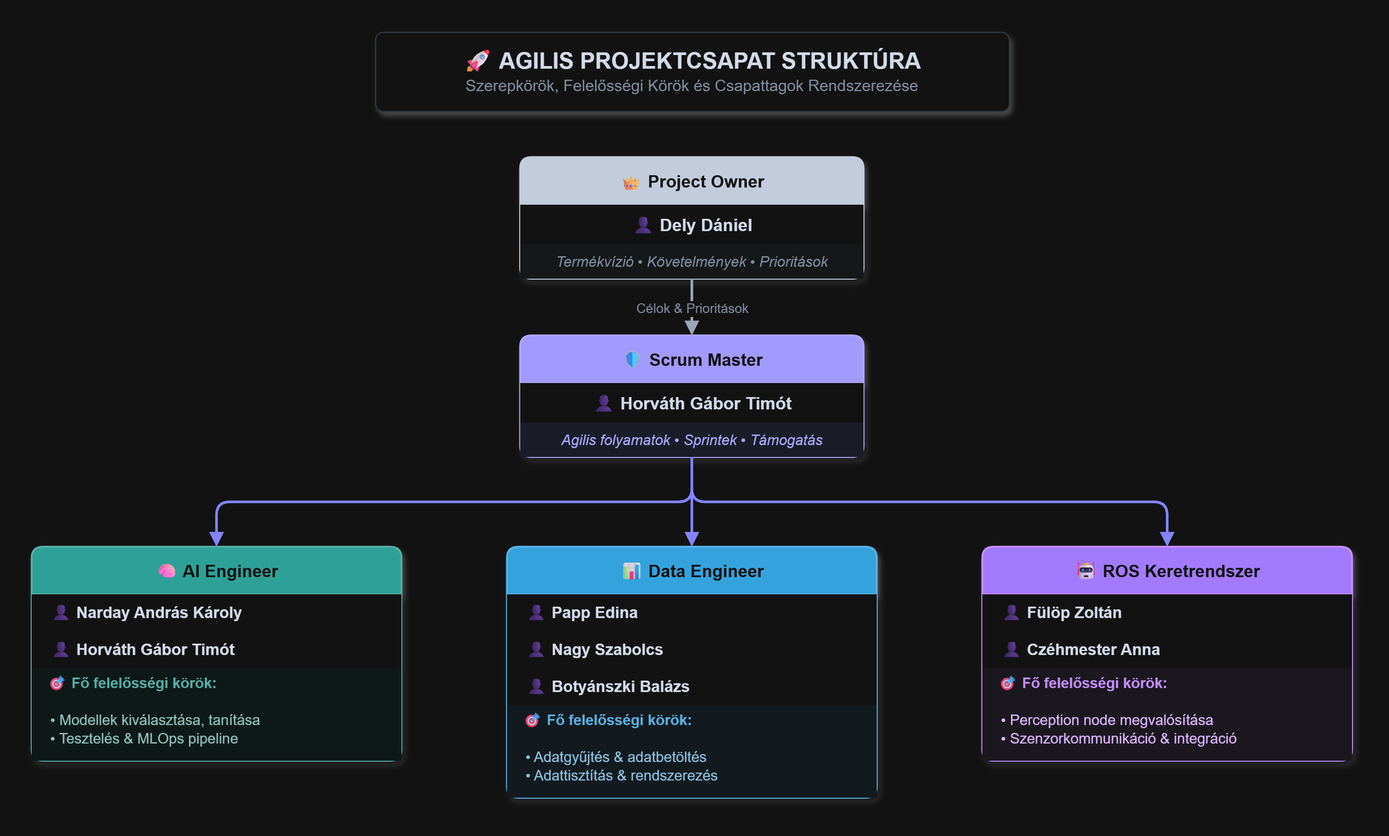
Above: doc/planning/csapat-felosztás.png in timoty-pirate-01/object_detection_for_aeb_team_B (draw.io), before the change. Source tidied: cells renumbered, new cells last; positions are measured from the earlier drawing's top-left corner, leaving out a move shared by most shapes.
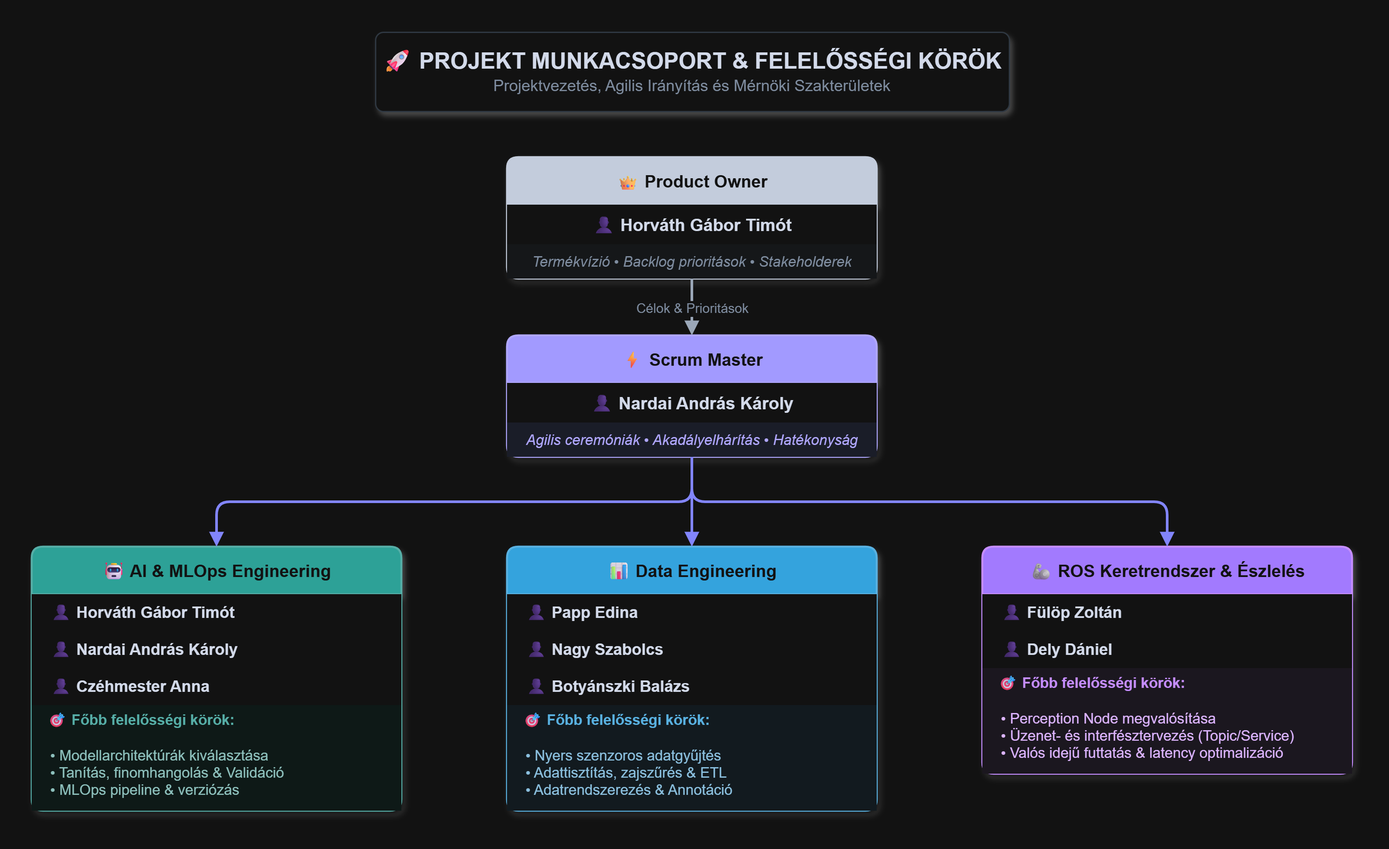
The same file after the commit.

Commit message:
Frissített csapat felosztás és workflow

What changed in the source:
```diff
@@ -2,86 +2,89 @@
   <root>
     <mxCell id="0" />
     <mxCell id="1" parent="0" />
-    <mxCell id="2" value="&lt;div style=&quot;padding: 4px;&quot;&gt;&lt;b style=&quot;font-size: 17px; color: #0F172A;&quot;&gt;🚀 AGILIS PROJEKTCSAPAT STRUKTÚRA&lt;/b&gt;&lt;br/&gt;&lt;span style=&quot;font-size: 12px; color: #64748B;&quot;&gt;Szerepkörök, Felelősségi Körök és Csapattagok Rendszerezése&lt;/span&gt;&lt;/div&gt;" style="rounded=1;whiteSpace=wrap;html=1;fillColor=#FFFFFF;strokeColor=#CBD5E1;shadow=1;arcSize=10;" parent="1" vertex="1">
-      <mxGeometry x="260" width="480" height="60" as="geometry" />
-    </mxCell>
-    <mxCell id="3" value="👑 Project Owner" style="swimlane;fontStyle=1;horizontal=1;startSize=36;whiteSpace=wrap;html=1;rounded=1;arcSize=8;shadow=1;strokeColor=#1E293B;fillColor=#1E293B;fontColor=#FFFFFF;fontSize=13;fontFamily=Helvetica;strokeWidth=1.5;" parent="1" vertex="1">
-      <mxGeometry x="370" y="95" width="260" height="92" as="geometry" />
-    </mxCell>
-    <mxCell id="4" value="👤 Dely Dániel" style="text;strokeColor=none;fillColor=#FFFFFF;align=center;verticalAlign=middle;spacingLeft=6;spacingRight=6;overflow=hidden;whiteSpace=wrap;html=1;fontStyle=1;fontColor=#0F172A;fontSize=13;" parent="3" vertex="1">
-      <mxGeometry y="36" width="260" height="30" as="geometry" />
-    </mxCell>
-    <mxCell id="5" value="Termékvízió • Követelmények • Prioritások" style="text;strokeColor=none;fillColor=#F8FAFC;align=center;verticalAlign=middle;spacingLeft=6;spacingRight=6;overflow=hidden;whiteSpace=wrap;html=1;fontStyle=2;fontColor=#64748B;fontSize=11;" parent="3" vertex="1">
-      <mxGeometry y="66" width="260" height="26" as="geometry" />
-    </mxCell>
-    <mxCell id="6" value="🛡️ Scrum Master" style="swimlane;fontStyle=1;horizontal=1;startSize=36;whiteSpace=wrap;html=1;rounded=1;arcSize=8;shadow=1;strokeColor=#4338CA;fillColor=#4F46E5;fontColor=#FFFFFF;fontSize=13;fontFamily=Helvetica;strokeWidth=1.5;" parent="1" vertex="1">
-      <mxGeometry x="370" y="230" width="260" height="92" as="geometry" />
-    </mxCell>
+    <mxCell id="29" value="&lt;div style=&quot;padding: 4px;&quot;&gt;&lt;b style=&quot;font-size: 17px; color: #0F172A;&quot;&gt;🚀 PROJEKT MUNKACSOPORT &amp;amp; FELELŐSSÉGI KÖRÖK&lt;/b&gt;&lt;br/&gt;&lt;span style=&quot;font-size: 12px; color: #64748B;&quot;&gt;Projektvezetés, Agilis Irányítás és Mérnöki Szakterületek&lt;/span&gt;&lt;/div&gt;" style="rounded=1;whiteSpace=wrap;html=1;fillColor=#FFFFFF;strokeColor=#CBD5E1;shadow=1;arcSize=10;" parent="1" vertex="1">
+      <mxGeometry x="450" y="80" width="480" height="60" as="geometry" />
+    </mxCell>
+    <mxCell id="30" value="👑 Product Owner" style="swimlane;fontStyle=1;horizontal=1;startSize=36;whiteSpace=wrap;html=1;rounded=1;arcSize=8;shadow=1;strokeColor=#1E293B;fillColor=#1E293B;fontColor=#FFFFFF;fontSize=13;fontFamily=Helvetica;strokeWidth=1.5;" parent="1" vertex="1">
+      <mxGeometry x="550" y="175" width="280" height="92" as="geometry" />
+    </mxCell>
-    <mxCell id="7" value="👤 Horváth Gábor Timót" style="text;strokeColor=none;fillColor=#FFFFFF;align=center;verticalAlign=middle;spacingLeft=6;spacingRight=6;overflow=hidden;whiteSpace=wrap;html=1;fontStyle=1;fontColor=#0F172A;fontSize=13;" parent="6" vertex="1">
-      <mxGeometry y="36" width="260" height="30" as="geometry" />
+    <mxCell id="7" value="👤 Horváth Gábor Timót" style="text;strokeColor=none;fillColor=#FFFFFF;align=center;verticalAlign=middle;spacingLeft=6;spacingRight=6;overflow=hidden;whiteSpace=wrap;html=1;fontStyle=1;fontColor=#0F172A;fontSize=13;" parent="30" vertex="1">
+      <mxGeometry y="36" width="280" height="30" as="geometry" />
     </mxCell>
-    <mxCell id="8" value="Agilis folyamatok • Sprintek • Támogatás" style="text;strokeColor=none;fillColor=#EEF2FF;align=center;verticalAlign=middle;spacingLeft=6;spacingRight=6;overflow=hidden;whiteSpace=wrap;html=1;fontStyle=2;fontColor=#4338CA;fontSize=11;" parent="6" vertex="1">
-      <mxGeometry y="66" width="260" height="26" as="geometry" />
-    </mxCell>
+    <mxCell id="31" value="Termékvízió • Backlog prioritások • Stakeholderek" style="text;strokeColor=none;fillColor=#F8FAFC;align=center;verticalAlign=middle;spacingLeft=6;spacingRight=6;overflow=hidden;whiteSpace=wrap;html=1;fontStyle=2;fontColor=#64748B;fontSize=11;" parent="30" vertex="1">
+      <mxGeometry y="66" width="280" height="26" as="geometry" />
+    </mxCell>
+    <mxCell id="32" value="⚡ Scrum Master" style="swimlane;fontStyle=1;horizontal=1;startSize=36;whiteSpace=wrap;html=1;rounded=1;arcSize=8;shadow=1;strokeColor=#4338CA;fillColor=#4F46E5;fontColor=#FFFFFF;fontSize=13;fontFamily=Helvetica;strokeWidth=1.5;" parent="1" vertex="1">
+      <mxGeometry x="550" y="310" width="280" height="92" as="geometry" />
+    </mxCell>
+    <mxCell id="33" value="👤 Nardai András Károly" style="text;strokeColor=none;fillColor=#FFFFFF;align=center;verticalAlign=middle;spacingLeft=6;spacingRight=6;overflow=hidden;whiteSpace=wrap;html=1;fontStyle=1;fontColor=#0F172A;fontSize=13;" parent="32" vertex="1">
+      <mxGeometry y="36" width="280" height="30" as="geometry" />
+    </mxCell>
+    <mxCell id="34" value="Agilis ceremóniák • Akadályelhárítás • Hatékonyság" style="text;strokeColor=none;fillColor=#EEF2FF;align=center;verticalAlign=middle;spacingLeft=6;spacingRight=6;overflow=hidden;whiteSpace=wrap;html=1;fontStyle=2;fontColor=#4338CA;fontSize=11;" parent="32" vertex="1">
+      <mxGeometry y="66" width="280" height="26" as="geometry" />
+    </mxCell>
-    <mxCell id="9" value="Célok &amp; Prioritások" style="edgeStyle=orthogonalEdgeStyle;rounded=1;jettySize=auto;html=1;strokeColor=#475569;strokeWidth=2;endArrow=block;endFill=1;endSize=6;fontSize=10;fontColor=#64748B;" parent="1" edge="1" source="3" target="6">
+    <mxCell id="9" value="Célok &amp;amp; Prioritások" style="edgeStyle=orthogonalEdgeStyle;rounded=1;jettySize=auto;html=1;strokeColor=#475569;strokeWidth=2;endArrow=block;endFill=1;endSize=6;fontSize=10;fontColor=#64748B;" parent="1" edge="1" source="30" target="32">
       <mxGeometry relative="1" as="geometry" />
     </mxCell>
-    <mxCell id="10" value="🧠 AI Engineer" style="swimlane;fontStyle=1;horizontal=1;startSize=36;whiteSpace=wrap;html=1;rounded=1;arcSize=8;shadow=1;strokeColor=#0F766E;fillColor=#0D9488;fontColor=#FFFFFF;fontSize=13;fontFamily=Helvetica;strokeWidth=1.5;" parent="1" vertex="1">
-      <mxGeometry y="390" width="280" height="162" as="geometry" />
-    </mxCell>
-    <mxCell id="11" value="👤 Narday András Károly" style="text;strokeColor=none;fillColor=#FFFFFF;align=left;verticalAlign=middle;spacingLeft=12;spacingRight=6;overflow=hidden;whiteSpace=wrap;html=1;fontStyle=1;fontColor=#0F172A;fontSize=12;" parent="10" vertex="1">
-      <mxGeometry y="36" width="280" height="28" as="geometry" />
-    </mxCell>
+    <mxCell id="35" value="🤖 AI &amp;amp; MLOps Engineering" style="swimlane;fontStyle=1;horizontal=1;startSize=36;whiteSpace=wrap;html=1;rounded=1;arcSize=8;shadow=1;strokeColor=#0F766E;fillColor=#0D9488;fontColor=#FFFFFF;fontSize=13;fontFamily=Helvetica;strokeWidth=1.5;" parent="1" vertex="1">
+      <mxGeometry x="190" y="470" width="280" height="200" as="geometry" />
+    </mxCell>
-    <mxCell id="12" value="👤 Horváth Gábor Timót" style="text;strokeColor=none;fillColor=#FFFFFF;align=left;verticalAlign=middle;spacingLeft=12;spacingRight=6;overflow=hidden;whiteSpace=wrap;html=1;fontStyle=1;fontColor=#0F172A;fontSize=12;" parent="10" vertex="1">
-      <mxGeometry y="64" width="280" height="28" as="geometry" />
+    <mxCell id="12" value="👤 Horváth Gábor Timót" style="text;strokeColor=none;fillColor=#FFFFFF;align=left;verticalAlign=middle;spacingLeft=12;spacingRight=6;overflow=hidden;whiteSpace=wrap;html=1;fontStyle=1;fontColor=#0F172A;fontSize=12;" parent="35" vertex="1">
+      <mxGeometry y="36" width="280" height="28" as="geometry" />
     </mxCell>
-    <mxCell id="13" value="🎯 Fő felelősségi körök:" style="text;strokeColor=none;fillColor=#F0FDFA;align=left;verticalAlign=middle;spacingLeft=10;spacingRight=6;overflow=hidden;whiteSpace=wrap;html=1;fontStyle=1;fontColor=#0F766E;fontSize=11;" parent="10" vertex="1">
-      <mxGeometry y="92" width="280" height="22" as="geometry" />
-    </mxCell>
-    <mxCell id="14" value="• Modellek kiválasztása, tanítása&lt;br/&gt;• Tesztelés &amp; MLOps pipeline" style="text;strokeColor=none;fillColor=#F0FDFA;align=left;verticalAlign=middle;spacingLeft=12;spacingRight=6;overflow=hidden;whiteSpace=wrap;html=1;fontColor=#134E4A;fontSize=11;" parent="10" vertex="1">
-      <mxGeometry y="114" width="280" height="48" as="geometry" />
-    </mxCell>
-    <mxCell id="15" value="📊 Data Engineer" style="swimlane;fontStyle=1;horizontal=1;startSize=36;whiteSpace=wrap;html=1;rounded=1;arcSize=8;shadow=1;strokeColor=#0369A1;fillColor=#0284C7;fontColor=#FFFFFF;fontSize=13;fontFamily=Helvetica;strokeWidth=1.5;" parent="1" vertex="1">
-      <mxGeometry x="360" y="390" width="280" height="190" as="geometry" />
-    </mxCell>
+    <mxCell id="36" value="👤 Nardai András Károly" style="text;strokeColor=none;fillColor=#FFFFFF;align=left;verticalAlign=middle;spacingLeft=12;spacingRight=6;overflow=hidden;whiteSpace=wrap;html=1;fontStyle=1;fontColor=#0F172A;fontSize=12;" parent="35" vertex="1">
+      <mxGeometry y="64" width="280" height="28" as="geometry" />
+    </mxCell>
+    <mxCell id="23" value="👤 Czéhmester Anna" style="text;strokeColor=none;fillColor=#FFFFFF;align=left;verticalAlign=middle;spacingLeft=12;spacingRight=6;overflow=hidden;whiteSpace=wrap;html=1;fontStyle=1;fontColor=#0F172A;fontSize=12;" parent="35" vertex="1">
+      <mxGeometry y="92" width="280" height="28" as="geometry" />
+    </mxCell>
+    <mxCell id="37" value="🎯 Főbb felelősségi körök:" style="text;strokeColor=none;fillColor=#F0FDFA;align=left;verticalAlign=middle;spacingLeft=10;spacingRight=6;overflow=hidden;whiteSpace=wrap;html=1;fontStyle=1;fontColor=#0F766E;fontSize=11;" parent="35" vertex="1">
+      <mxGeometry y="120" width="280" height="22" as="geometry" />
+    </mxCell>
+    <mxCell id="38" value="• Modellarchitektúrák kiválasztása&lt;br/&gt;• Tanítás, finomhangolás &amp;amp; Validáció&lt;br/&gt;• MLOps pipeline &amp;amp; verziózás" style="text;strokeColor=none;fillColor=#F0FDFA;align=left;verticalAlign=middle;spacingLeft=12;spacingRight=6;overflow=hidden;whiteSpace=wrap;html=1;fontColor=#134E4A;fontSize=11;" parent="35" vertex="1">
+      <mxGeometry y="142" width="280" height="58" as="geometry" />
+    </mxCell>
+    <mxCell id="39" value="📊 Data Engineering" style="swimlane;fontStyle=1;horizontal=1;startSize=36;whiteSpace=wrap;html=1;rounded=1;arcSize=8;shadow=1;strokeColor=#0369A1;fillColor=#0284C7;fontColor=#FFFFFF;fontSize=13;fontFamily=Helvetica;strokeWidth=1.5;" parent="1" vertex="1">
+      <mxGeometry x="550" y="470" width="280" height="200" as="geometry" />
+    </mxCell>
-    <mxCell id="16" value="👤 Papp Edina" style="text;strokeColor=none;fillColor=#FFFFFF;align=left;verticalAlign=middle;spacingLeft=12;spacingRight=6;overflow=hidden;whiteSpace=wrap;html=1;fontStyle=1;fontColor=#0F172A;fontSize=12;" parent="15" vertex="1">
+    <mxCell id="16" value="👤 Papp Edina" style="text;strokeColor=none;fillColor=#FFFFFF;align=left;verticalAlign=middle;spacingLeft=12;spacingRight=6;overflow=hidden;whiteSpace=wrap;html=1;fontStyle=1;fontColor=#0F172A;fontSize=12;" parent="39" vertex="1">
       <mxGeometry y="36" width="280" height="28" as="geometry" />
     </mxCell>
-    <mxCell id="17" value="👤 Nagy Szabolcs" style="text;strokeColor=none;fillColor=#FFFFFF;align=left;verticalAlign=middle;spacingLeft=12;spacingRight=6;overflow=hidden;whiteSpace=wrap;html=1;fontStyle=1;fontColor=#0F172A;fontSize=12;" parent="15" vertex="1">
+    <mxCell id="17" value="👤 Nagy Szabolcs" style="text;strokeColor=none;fillColor=#FFFFFF;align=left;verticalAlign=middle;spacingLeft=12;spacingRight=6;overflow=hidden;whiteSpace=wrap;html=1;fontStyle=1;fontColor=#0F172A;fontSize=12;" parent="39" vertex="1">
       <mxGeometry y="64" width="280" height="28" as="geometry" />
     </mxCell>
-    <mxCell id="18" value="👤 Botyánszki Balázs" style="text;strokeColor=none;fillColor=#FFFFFF;align=left;verticalAlign=middle;spacingLeft=12;spacingRight=6;overflow=hidden;whiteSpace=wrap;html=1;fontStyle=1;fontColor=#0F172A;fontSize=12;" parent="15" vertex="1">
+    <mxCell id="18" value="👤 Botyánszki Balázs" style="text;strokeColor=none;fillColor=#FFFFFF;align=left;verticalAlign=middle;spacingLeft=12;spacingRight=6;overflow=hidden;whiteSpace=wrap;html=1;fontStyle=1;fontColor=#0F172A;fontSize=12;" parent="39" vertex="1">
       <mxGeometry y="92" width="280" height="28" as="geometry" />
     </mxCell>
-    <mxCell id="19" value="🎯 Fő felelősségi körök:" style="text;strokeColor=none;fillColor=#F0F9FF;align=left;verticalAlign=middle;spacingLeft=10;spacingRight=6;overflow=hidden;whiteSpace=wrap;html=1;fontStyle=1;fontColor=#0369A1;fontSize=11;" parent="15" vertex="1">
-      <mxGeometry y="120" width="280" height="22" as="geometry" />
-    </mxCell>
-    <mxCell id="20" value="• Adatgyűjtés &amp; adatbetöltés&lt;br/&gt;• Adattisztítás &amp; rendszerezés" style="text;strokeColor=none;fillColor=#F0F9FF;align=left;verticalAlign=middle;spacingLeft=12;spacingRight=6;overflow=hidden;whiteSpace=wrap;html=1;fontColor=#0C4A6E;fontSize=11;" parent="15" vertex="1">
-      <mxGeometry y="142" width="280" height="48" as="geometry" />
-    </mxCell>
-    <mxCell id="21" value="🤖 ROS Keretrendszer" style="swimlane;fontStyle=1;horizontal=1;startSize=36;whiteSpace=wrap;html=1;rounded=1;arcSize=8;shadow=1;strokeColor=#7C3AED;fillColor=#8B5CF6;fontColor=#FFFFFF;fontSize=13;fontFamily=Helvetica;strokeWidth=1.5;" parent="1" vertex="1">
-      <mxGeometry x="720" y="390" width="280" height="162" as="geometry" />
-    </mxCell>
+    <mxCell id="40" value="🎯 Főbb felelősségi körök:" style="text;strokeColor=none;fillColor=#F0F9FF;align=left;verticalAlign=middle;spacingLeft=10;spacingRight=6;overflow=hidden;whiteSpace=wrap;html=1;fontStyle=1;fontColor=#0369A1;fontSize=11;" parent="39" vertex="1">
+      <mxGeometry y="120" width="280" height="22" as="geometry" />
+    </mxCell>
+    <mxCell id="41" value="• Nyers szenzoros adatgyűjtés&lt;br/&gt;• Adattisztítás, zajszűrés &amp;amp; ETL&lt;br/&gt;• Adatrendszerezés &amp;amp; Annotáció" style="text;strokeColor=none;fillColor=#F0F9FF;align=left;verticalAlign=middle;spacingLeft=12;spacingRight=6;overflow=hidden;whiteSpace=wrap;html=1;fontColor=#0C4A6E;fontSize=11;" parent="39" vertex="1">
+      <mxGeometry y="142" width="280" height="58" as="geometry" />
+    </mxCell>
+    <mxCell id="42" value="🦾 ROS Keretrendszer &amp;amp; Észlelés" style="swimlane;fontStyle=1;horizontal=1;startSize=36;whiteSpace=wrap;html=1;rounded=1;arcSize=8;shadow=1;strokeColor=#7C3AED;fillColor=#8B5CF6;fontColor=#FFFFFF;fontSize=13;fontFamily=Helvetica;strokeWidth=1.5;" parent="1" vertex="1">
+      <mxGeometry x="910" y="470" width="280" height="172" as="geometry" />
+    </mxCell>
-    <mxCell id="22" value="👤 Fülöp Zoltán" style="text;strokeColor=none;fillColor=#FFFFFF;align=left;verticalAlign=middle;spacingLeft=12;spacingRight=6;overflow=hidden;whiteSpace=wrap;html=1;fontStyle=1;fontColor=#0F172A;fontSize=12;" parent="21" vertex="1">
+    <mxCell id="22" value="👤 Fülöp Zoltán" style="text;strokeColor=none;fillColor=#FFFFFF;align=left;verticalAlign=middle;spacingLeft=12;spacingRight=6;overflow=hidden;whiteSpace=wrap;html=1;fontStyle=1;fontColor=#0F172A;fontSize=12;" parent="42" vertex="1">
       <mxGeometry y="36" width="280" height="28" as="geometry" />
     </mxCell>
-    <mxCell id="23" value="👤 Czéhmester Anna" style="text;strokeColor=none;fillColor=#FFFFFF;align=left;verticalAlign=middle;spacingLeft=12;spacingRight=6;overflow=hidden;whiteSpace=wrap;html=1;fontStyle=1;fontColor=#0F172A;fontSize=12;" parent="21" vertex="1">
-      <mxGeometry y="64" width="280" height="28" as="geometry" />
-    </mxCell>
-    <mxCell id="24" value="🎯 Fő felelősségi körök:" style="text;strokeColor=none;fillColor=#FAF5FF;align=left;verticalAlign=middle;spacingLeft=10;spacingRight=6;overflow=hidden;whiteSpace=wrap;html=1;fontStyle=1;fontColor=#7C3AED;fontSize=11;" parent="21" vertex="1">
-      <mxGeometry y="92" width="280" height="22" as="geometry" />
-    </mxCell>
-    <mxCell id="25" value="• Perception node megvalósítása&lt;br/&gt;• Szenzorkommunikáció &amp; integráció" style="text;strokeColor=none;fillColor=#FAF5FF;align=left;verticalAlign=middle;spacingLeft=12;spacingRight=6;overflow=hidden;whiteSpace=wrap;html=1;fontColor=#4C1D95;fontSize=11;" parent="21" vertex="1">
-      <mxGeometry y="114" width="280" height="48" as="geometry" />
-    </mxCell>
-    <mxCell id="26" style="edgeStyle=orthogonalEdgeStyle;rounded=1;jettySize=auto;html=1;exitX=0.5;exitY=1;exitDx=0;exitDy=0;entryX=0.5;entryY=0;entryDx=0;entryDy=0;strokeColor=#6366F1;strokeWidth=2;endArrow=block;endFill=1;endSize=6;" parent="1" edge="1" source="6" target="10">
-      <mxGeometry relative="1" as="geometry" />
-    </mxCell>
-    <mxCell id="27" style="edgeStyle=orthogonalEdgeStyle;rounded=1;jettySize=auto;html=1;exitX=0.5;exitY=1;exitDx=0;exitDy=0;entryX=0.5;entryY=0;entryDx=0;entryDy=0;strokeColor=#6366F1;strokeWidth=2;endArrow=block;endFill=1;endSize=6;" parent="1" edge="1" source="6" target="15">
-      <mxGeometry relative="1" as="geometry" />
-    </mxCell>
-    <mxCell id="28" style="edgeStyle=orthogonalEdgeStyle;rounded=1;jettySize=auto;html=1;exitX=0.5;exitY=1;exitDx=0;exitDy=0;entryX=0.5;entryY=0;entryDx=0;entryDy=0;strokeColor=#6366F1;strokeWidth=2;endArrow=block;endFill=1;endSize=6;" parent="1" edge="1" source="6" target="21">
-      <mxGeometry relative="1" as="geometry" />
-    </mxCell>
+    <mxCell id="4" value="👤 Dely Dániel" style="text;strokeColor=none;fillColor=#FFFFFF;align=left;verticalAlign=middle;spacingLeft=12;spacingRight=6;overflow=hidden;whiteSpace=wrap;html=1;fontStyle=1;fontColor=#0F172A;fontSize=12;" parent="42" vertex="1">
+      <mxGeometry y="64" width="280" height="28" as="geometry" />
+    </mxCell>
+    <mxCell id="43" value="🎯 Főbb felelősségi körök:" style="text;strokeColor=none;fillColor=#FAF5FF;align=left;verticalAlign=middle;spacingLeft=10;spacingRight=6;overflow=hidden;whiteSpace=wrap;html=1;fontStyle=1;fontColor=#7C3AED;fontSize=11;" parent="42" vertex="1">
+      <mxGeometry y="92" width="280" height="22" as="geometry" />
+    </mxCell>
+    <mxCell id="44" value="• Perception Node megvalósítása&lt;br/&gt;• Üzenet- és interfésztervezés (Topic/Service)&lt;br/&gt;• Valós idejű futtatás &amp;amp; latency optimalizáció" style="text;strokeColor=none;fillColor=#FAF5FF;align=left;verticalAlign=middle;spacingLeft=12;spacingRight=6;overflow=hidden;whiteSpace=wrap;html=1;fontColor=#4C1D95;fontSize=11;" parent="42" vertex="1">
+      <mxGeometry y="114" width="280" height="58" as="geometry" />
+    </mxCell>
+    <mxCell id="45" style="edgeStyle=orthogonalEdgeStyle;rounded=1;jettySize=auto;html=1;exitX=0.5;exitY=1;exitDx=0;exitDy=0;entryX=0.5;entryY=0;entryDx=0;entryDy=0;strokeColor=#6366F1;strokeWidth=2;endArrow=block;endFill=1;endSize=6;" parent="1" edge="1" source="32" target="35">
+      <mxGeometry relative="1" as="geometry" />
+    </mxCell>
+    <mxCell id="46" style="edgeStyle=orthogonalEdgeStyle;rounded=1;jettySize=auto;html=1;exitX=0.5;exitY=1;exitDx=0;exitDy=0;entryX=0.5;entryY=0;entryDx=0;entryDy=0;strokeColor=#6366F1;strokeWidth=2;endArrow=block;endFill=1;endSize=6;" parent="1" edge="1" source="32" target="39">
+      <mxGeometry relative="1" as="geometry" />
+    </mxCell>
+    <mxCell id="47" style="edgeStyle=orthogonalEdgeStyle;rounded=1;jettySize=auto;html=1;exitX=0.5;exitY=1;exitDx=0;exitDy=0;entryX=0.5;entryY=0;entryDx=0;entryDy=0;strokeColor=#6366F1;strokeWidth=2;endArrow=block;endFill=1;endSize=6;" parent="1" edge="1" source="32" target="42">
+      <mxGeometry relative="1" as="geometry" />
+    </mxCell>
   </root>
 </mxGraphModel>
```
